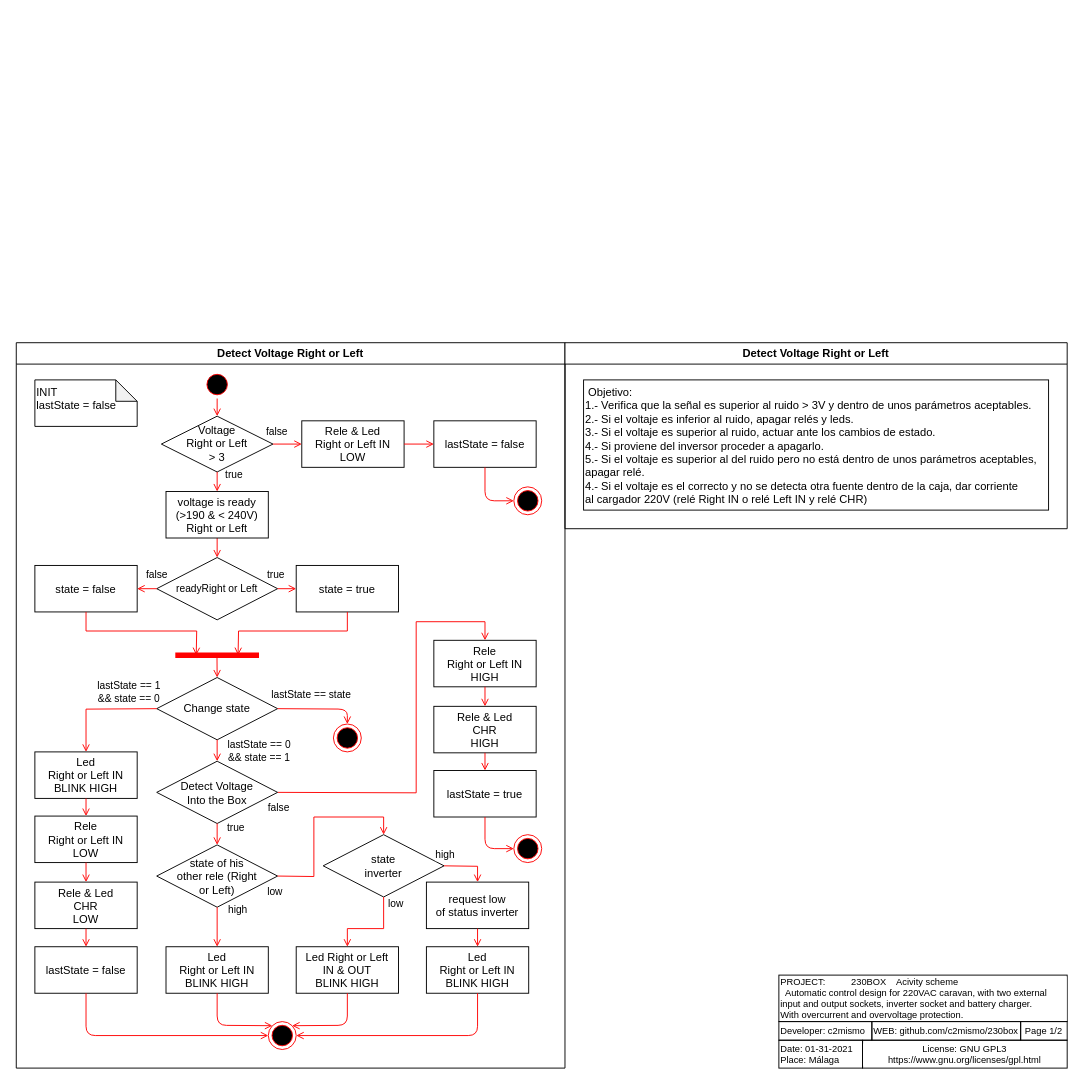
Above: page "Page-2" (2 of 3) of documents/ActivityScheme/ActivityScheme.drawio in bambera/230box (draw.io), before the change. Source tidied: cells renumbered, new cells numbered last; positions are measured from the earlier drawing's top-left corner, leaving out a move shared by most shapes. Both pictures are drawn from the tidied source at 93%, with x=0, y=0 at pixel (16, 342).
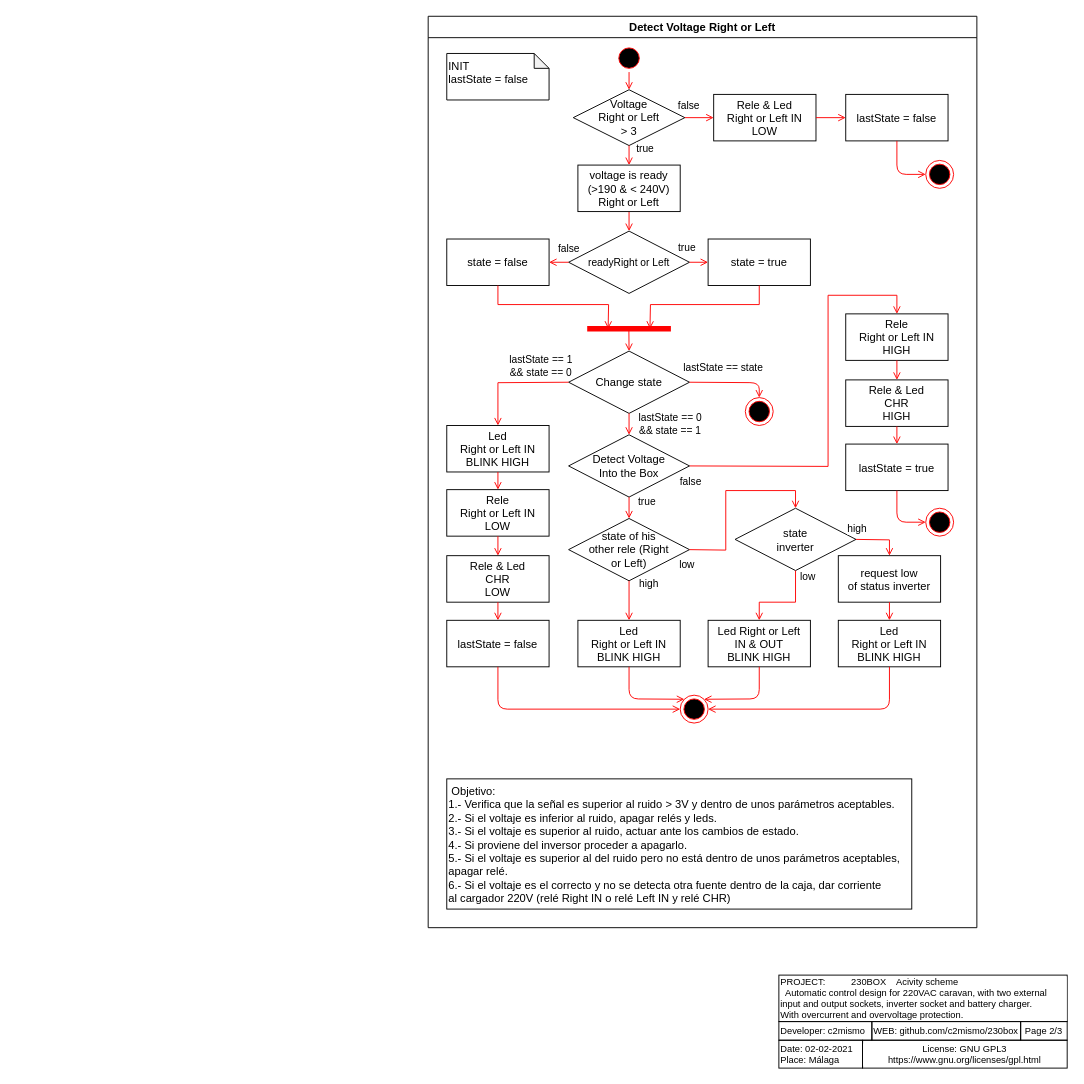
After the change.

Commit message (it also covers changes not shown here):
Add INIT main to Activity

The edit, as a diff of the source:
```diff
@@
-<mxGraphModel background="#ffffff">
+<mxGraphModel>
@@
     <mxCell id="2" value="Detect Voltage Right or Left" style="swimlane;whiteSpace=wrap;fontColor=#000000;strokeColor=#000000;fillColor=#FFFFFF;" parent="1" vertex="1">
-      <mxGeometry width="590" height="780" as="geometry" />
+      <mxGeometry x="442.9" y="-351" width="590" height="980" as="geometry" />
     </mxCell>
@@
-    <mxCell id="19" value="INIT&lt;br&gt;lastState = false" style="shape=note;whiteSpace=wrap;html=1;backgroundOutline=1;darkOpacity=0.05;strokeColor=#000000;fillColor=#FFFFFF;fontColor=#000000;size=23;align=left;verticalAlign=top;" parent="2" vertex="1">
-      <mxGeometry x="20" y="40" width="110" height="50" as="geometry" />
-    </mxCell>
@@
-    <mxCell id="76" value="Detect Voltage Right or Left" style="swimlane;whiteSpace=wrap;fontColor=#000000;strokeColor=#000000;fillColor=#FFFFFF;" parent="1" vertex="1">
-      <mxGeometry x="590" width="540" height="200" as="geometry" />
-    </mxCell>
+    <mxCell id="19" value="INIT&lt;br&gt;lastState = false" style="shape=note;whiteSpace=wrap;html=1;backgroundOutline=1;darkOpacity=0.05;strokeColor=#000000;fillColor=#FFFFFF;fontColor=#000000;size=16;align=left;verticalAlign=top;" parent="2" vertex="1">
+      <mxGeometry x="20" y="40" width="110" height="50" as="geometry" />
+    </mxCell>
-    <mxCell id="77" value="&amp;nbsp;Objetivo:&lt;br&gt;1.- Verifica que la señal es superior al ruido &amp;gt; 3V y dentro de unos parámetros aceptables.&lt;br&gt;2.- Si el voltaje es inferior al ruido, apagar relés y leds.&lt;br&gt;3.- Si el voltaje es superior al ruido, actuar ante los cambios de estado.&lt;br&gt;4.- Si proviene del inversor proceder a apagarlo.&lt;br&gt;5.- Si el voltaje es superior al del ruido pero no está dentro de unos parámetros aceptables,&lt;br&gt;apagar relé.&lt;br&gt;4.- Si el voltaje es el correcto y no se detecta otra fuente dentro de la caja, dar corriente&lt;br&gt;al cargador 220V (relé Right IN o relé Left IN y relé CHR)" style="whiteSpace=wrap;html=1;fontColor=#000000;strokeColor=#000000;fillColor=#FFFFFF;align=left;verticalAlign=top;" parent="76" vertex="1">
-      <mxGeometry x="20" y="40" width="500" height="140" as="geometry" />
+    <mxCell id="77" value="&amp;nbsp;Objetivo:&lt;br&gt;1.- Verifica que la señal es superior al ruido &amp;gt; 3V y dentro de unos parámetros aceptables.&lt;br&gt;2.- Si el voltaje es inferior al ruido, apagar relés y leds.&lt;br&gt;3.- Si el voltaje es superior al ruido, actuar ante los cambios de estado.&lt;br&gt;4.- Si proviene del inversor proceder a apagarlo.&lt;br&gt;5.- Si el voltaje es superior al del ruido pero no está dentro de unos parámetros aceptables,&lt;br&gt;apagar relé.&lt;br&gt;6.- Si el voltaje es el correcto y no se detecta otra fuente dentro de la caja, dar corriente&lt;br&gt;al cargador 220V (relé Right IN o relé Left IN y relé CHR)" style="whiteSpace=wrap;html=1;fontColor=#000000;strokeColor=#000000;fillColor=#FFFFFF;align=left;verticalAlign=top;" parent="2" vertex="1">
+      <mxGeometry x="20" y="820" width="500" height="140" as="geometry" />
     </mxCell>
@@
-    <mxCell id="81" value="Date: 01-31-2021&lt;br&gt;Place: Málaga" style="rounded=0;whiteSpace=wrap;html=1;labelBackgroundColor=#FFFFFF;strokeColor=#000000;fillColor=none;fontSize=10;fontColor=#000000;align=left;" parent="1" vertex="1">
+    <mxCell id="81" value="Date: 02-02-2021&lt;br&gt;Place: Málaga" style="rounded=0;whiteSpace=wrap;html=1;labelBackgroundColor=#FFFFFF;strokeColor=#000000;fillColor=none;fontSize=10;fontColor=#000000;align=left;" parent="1" vertex="1">
       <mxGeometry x="820" y="750" width="90" height="30" as="geometry" />
     </mxCell>
@@
-    <mxCell id="83" value="Page 1/2" style="rounded=0;whiteSpace=wrap;html=1;labelBackgroundColor=#FFFFFF;strokeColor=#000000;fillColor=none;fontSize=10;fontColor=#000000;align=center;" parent="1" vertex="1">
+    <mxCell id="83" value="Page 2/3" style="rounded=0;whiteSpace=wrap;html=1;labelBackgroundColor=#FFFFFF;strokeColor=#000000;fillColor=none;fontSize=10;fontColor=#000000;align=center;" parent="1" vertex="1">
       <mxGeometry x="1080" y="730" width="50" height="20" as="geometry" />
     </mxCell>
```
